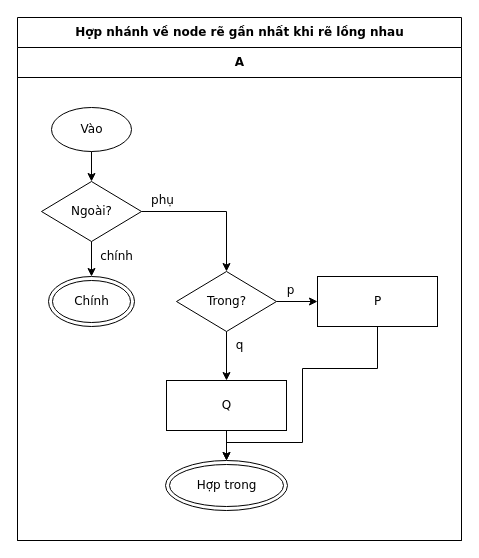
The draw.io diagram conformance/golden/cases/42-place-merge-nested.drawio in luytbq/flowcast, before the edit. Source tidied: cells renumbered, new cells numbered last; positions are measured from the earlier drawing's top-left corner, leaving out a move shared by most shapes. Both pictures are drawn from the tidied source at 100%, with x=0, y=0 at pixel (17, 17).
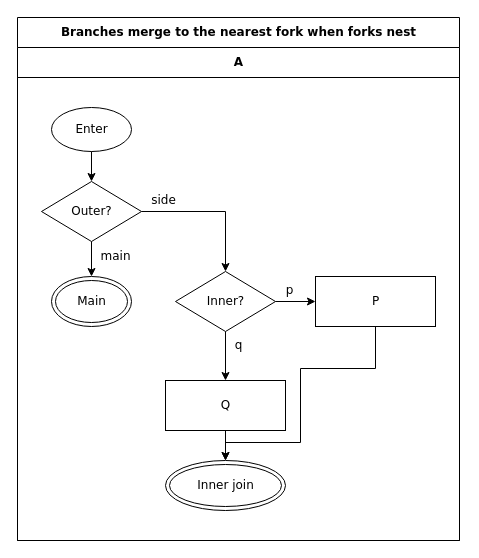
The same page after the edit.

The edit, as a diff of the source:
```diff
@@
-    <mxCell id="2" value="Hợp nhánh về node rẽ gần nhất khi rẽ lồng nhau" style="swimlane;html=1;startSize=30;fontStyle=1;fontFamily=Verdana;fontSize=12;flowtable=1;" parent="1" vertex="1">
-      <mxGeometry width="444" height="523" as="geometry" />
+    <mxCell id="2" value="Branches merge to the nearest fork when forks nest" style="swimlane;html=1;startSize=30;fontStyle=1;fontFamily=Verdana;fontSize=12;flowtable=1;" parent="1" vertex="1">
+      <mxGeometry width="442" height="523" as="geometry" />
     </mxCell>
     <mxCell id="3" value="A" style="swimlane;html=1;startSize=30;fontFamily=Verdana;fontSize=12;flowtable=1;" parent="2" vertex="1">
-      <mxGeometry y="30" width="444" height="493" as="geometry" />
+      <mxGeometry y="30" width="442" height="493" as="geometry" />
     </mxCell>
-    <mxCell id="4" value="Vào" style="ellipse;html=1;fontFamily=Verdana;fontSize=12;flowtable=1;" parent="3" vertex="1">
+    <mxCell id="4" value="Enter" style="ellipse;html=1;fontFamily=Verdana;fontSize=12;flowtable=1;" parent="3" vertex="1">
       <mxGeometry x="34" y="60" width="80" height="44" as="geometry" />
     </mxCell>
-    <mxCell id="5" value="Ngoài?" style="rhombus;html=1;fontFamily=Verdana;fontSize=12;flowtable=1;" parent="3" vertex="1">
+    <mxCell id="5" value="Outer?" style="rhombus;html=1;fontFamily=Verdana;fontSize=12;flowtable=1;" parent="3" vertex="1">
       <mxGeometry x="24" y="134" width="100" height="60" as="geometry" />
     </mxCell>
-    <mxCell id="6" value="Trong?" style="rhombus;html=1;fontFamily=Verdana;fontSize=12;flowtable=1;" parent="3" vertex="1">
-      <mxGeometry x="159" y="224" width="100" height="60" as="geometry" />
+    <mxCell id="6" value="Inner?" style="rhombus;html=1;fontFamily=Verdana;fontSize=12;flowtable=1;" parent="3" vertex="1">
+      <mxGeometry x="158" y="224" width="100" height="60" as="geometry" />
     </mxCell>
     <mxCell id="7" value="P" style="rounded=0;html=1;fontFamily=Verdana;fontSize=12;flowtable=1;" parent="3" vertex="1">
-      <mxGeometry x="300" y="229" width="120" height="50" as="geometry" />
+      <mxGeometry x="298" y="229" width="120" height="50" as="geometry" />
     </mxCell>
     <mxCell id="8" value="Q" style="rounded=0;html=1;fontFamily=Verdana;fontSize=12;flowtable=1;" parent="3" vertex="1">
-      <mxGeometry x="149" y="333" width="120" height="50" as="geometry" />
+      <mxGeometry x="148" y="333" width="120" height="50" as="geometry" />
     </mxCell>
-    <mxCell id="9" value="Hợp trong" style="shape=doubleEllipse;html=1;fontFamily=Verdana;fontSize=12;flowtable=1;" parent="3" vertex="1">
-      <mxGeometry x="148" y="413" width="122" height="50" as="geometry" />
+    <mxCell id="9" value="Inner join" style="shape=doubleEllipse;html=1;fontFamily=Verdana;fontSize=12;flowtable=1;" parent="3" vertex="1">
+      <mxGeometry x="148" y="413" width="120" height="50" as="geometry" />
     </mxCell>
-    <mxCell id="10" value="Chính" style="shape=doubleEllipse;html=1;fontFamily=Verdana;fontSize=12;flowtable=1;" parent="3" vertex="1">
-      <mxGeometry x="31" y="229" width="86" height="50" as="geometry" />
+    <mxCell id="10" value="Main" style="shape=doubleEllipse;html=1;fontFamily=Verdana;fontSize=12;flowtable=1;" parent="3" vertex="1">
+      <mxGeometry x="34" y="229" width="80" height="50" as="geometry" />
     </mxCell>
@@
-    <mxCell id="12" value="phụ" style="edgeStyle=orthogonalEdgeStyle;rounded=0;jettySize=auto;html=1;labelBackgroundColor=default;exitX=1;exitY=0.5;exitDx=0;exitDy=0;entryX=0.5;entryY=0;entryDx=0;entryDy=0;fontFamily=Verdana;fontSize=12;flowtable=1;" parent="2" edge="1" source="5" target="6">
-      <mxGeometry x="-0.71" relative="1" as="geometry">
+    <mxCell id="12" value="side" style="edgeStyle=orthogonalEdgeStyle;rounded=0;jettySize=auto;html=1;labelBackgroundColor=default;exitX=1;exitY=0.5;exitDx=0;exitDy=0;entryX=0.5;entryY=0;entryDx=0;entryDy=0;fontFamily=Verdana;fontSize=12;flowtable=1;" parent="2" edge="1" source="5" target="6">
+      <mxGeometry x="-0.69" relative="1" as="geometry">
         <Array as="points">
-          <mxPoint x="209" y="194" />
+          <mxPoint x="208" y="194" />
         </Array>
         <mxPoint y="-11.5" as="offset" />
       </mxGeometry>
     </mxCell>
-    <mxCell id="13" value="chính" style="edgeStyle=orthogonalEdgeStyle;rounded=0;jettySize=auto;html=1;labelBackgroundColor=default;exitX=0.5;exitY=1;exitDx=0;exitDy=0;entryX=0.5;entryY=0;entryDx=0;entryDy=0;fontFamily=Verdana;fontSize=12;flowtable=1;" parent="2" edge="1" source="5" target="10">
+    <mxCell id="13" value="main" style="edgeStyle=orthogonalEdgeStyle;rounded=0;jettySize=auto;html=1;labelBackgroundColor=default;exitX=0.5;exitY=1;exitDx=0;exitDy=0;entryX=0.5;entryY=0;entryDx=0;entryDy=0;fontFamily=Verdana;fontSize=12;flowtable=1;" parent="2" edge="1" source="5" target="10">
       <mxGeometry x="-0.17" relative="1" as="geometry">
-        <mxPoint x="25.2" as="offset" />
+        <mxPoint x="23.9" as="offset" />
       </mxGeometry>
     </mxCell>
     <mxCell id="14" value="p" style="edgeStyle=orthogonalEdgeStyle;rounded=0;jettySize=auto;html=1;labelBackgroundColor=default;exitX=1;exitY=0.5;exitDx=0;exitDy=0;entryX=0;entryY=0.5;entryDx=0;entryDy=0;fontFamily=Verdana;fontSize=12;flowtable=1;" parent="2" edge="1" source="6" target="7">
-      <mxGeometry x="-0.33" relative="1" as="geometry">
+      <mxGeometry x="-0.31" relative="1" as="geometry">
         <mxPoint y="-11.5" as="offset" />
       </mxGeometry>
     </mxCell>
@@
     <mxCell id="16" style="edgeStyle=orthogonalEdgeStyle;rounded=0;jettySize=auto;html=1;labelBackgroundColor=default;exitX=0.5;exitY=1;exitDx=0;exitDy=0;entryX=0.5;entryY=0;entryDx=0;entryDy=0;fontFamily=Verdana;fontSize=12;flowtable=1;" parent="2" edge="1" source="7" target="9">
       <mxGeometry relative="1" as="geometry">
         <Array as="points">
-          <mxPoint x="360" y="351" />
-          <mxPoint x="285" y="351" />
-          <mxPoint x="285" y="425" />
-          <mxPoint x="209" y="425" />
+          <mxPoint x="358" y="351" />
+          <mxPoint x="283" y="351" />
+          <mxPoint x="283" y="425" />
+          <mxPoint x="208" y="425" />
         </Array>
       </mxGeometry>
     </mxCell>
```
